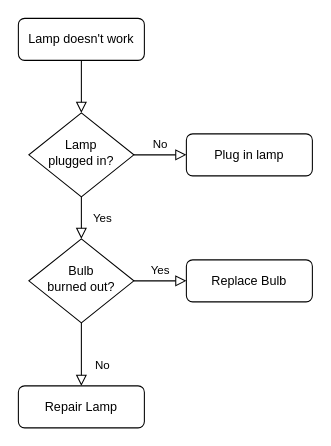
Above: 未命名绘图.drawio in huiiiuh/drawio (draw.io), before the change. Source tidied: cells renumbered, new cells numbered last; positions are measured from the earlier drawing's top-left corner, leaving out a move shared by most shapes. Both pictures are drawn from the tidied source at 105%, with x=0, y=0 at pixel (18, 18).
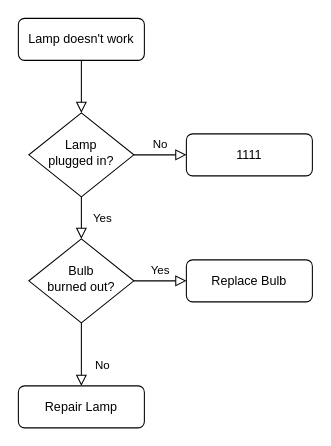
The same page after the edit.

The edit, as a diff of the source:
```diff
@@
 <mxGraphModel>
   <root>
     <mxCell id="0" />
     <mxCell id="1" parent="0" />
     <mxCell id="2" style="rounded=0;html=1;jettySize=auto;fontSize=11;endArrow=block;endFill=0;endSize=8;strokeWidth=1;shadow=0;labelBackgroundColor=none;edgeStyle=orthogonalEdgeStyle;" parent="1" edge="1" source="3" target="6">
       <mxGeometry relative="1" as="geometry" />
     </mxCell>
     <mxCell id="3" value="Lamp doesn't work" style="rounded=1;whiteSpace=wrap;html=1;fontSize=12;glass=0;strokeWidth=1;shadow=0;" parent="1" vertex="1">
       <mxGeometry width="120" height="40" as="geometry" />
     </mxCell>
     <mxCell id="4" value="Yes" style="rounded=0;html=1;jettySize=auto;fontSize=11;endArrow=block;endFill=0;endSize=8;strokeWidth=1;shadow=0;labelBackgroundColor=none;edgeStyle=orthogonalEdgeStyle;" parent="1" edge="1" source="6" target="10">
       <mxGeometry y="20" relative="1" as="geometry" />
     </mxCell>
     <mxCell id="5" value="No" style="edgeStyle=orthogonalEdgeStyle;rounded=0;html=1;jettySize=auto;fontSize=11;endArrow=block;endFill=0;endSize=8;strokeWidth=1;shadow=0;labelBackgroundColor=none;" parent="1" edge="1" source="6" target="7">
       <mxGeometry y="10" relative="1" as="geometry" />
     </mxCell>
     <mxCell id="6" value="Lamp&lt;br&gt;plugged in?" style="rhombus;whiteSpace=wrap;html=1;shadow=0;fontFamily=Helvetica;fontSize=12;align=center;strokeWidth=1;spacing=6;spacingTop=-4;" parent="1" vertex="1">
       <mxGeometry x="10" y="90" width="100" height="80" as="geometry" />
     </mxCell>
-    <mxCell id="7" value="Plug in lamp" style="rounded=1;whiteSpace=wrap;html=1;fontSize=12;glass=0;strokeWidth=1;shadow=0;" parent="1" vertex="1">
+    <mxCell id="7" value="1111" style="rounded=1;whiteSpace=wrap;html=1;fontSize=12;glass=0;strokeWidth=1;shadow=0;" parent="1" vertex="1">
       <mxGeometry x="160" y="110" width="120" height="40" as="geometry" />
     </mxCell>
     <mxCell id="8" value="No" style="rounded=0;html=1;jettySize=auto;fontSize=11;endArrow=block;endFill=0;endSize=8;strokeWidth=1;shadow=0;labelBackgroundColor=none;edgeStyle=orthogonalEdgeStyle;" parent="1" edge="1" source="10" target="11">
       <mxGeometry x="0.33" y="20" relative="1" as="geometry" />
     </mxCell>
     <mxCell id="9" value="Yes" style="edgeStyle=orthogonalEdgeStyle;rounded=0;html=1;jettySize=auto;fontSize=11;endArrow=block;endFill=0;endSize=8;strokeWidth=1;shadow=0;labelBackgroundColor=none;" parent="1" edge="1" source="10" target="12">
       <mxGeometry y="10" relative="1" as="geometry" />
     </mxCell>
     <mxCell id="10" value="Bulb&lt;br&gt;burned out?" style="rhombus;whiteSpace=wrap;html=1;shadow=0;fontFamily=Helvetica;fontSize=12;align=center;strokeWidth=1;spacing=6;spacingTop=-4;" parent="1" vertex="1">
       <mxGeometry x="10" y="210" width="100" height="80" as="geometry" />
     </mxCell>
     <mxCell id="11" value="Repair Lamp" style="rounded=1;whiteSpace=wrap;html=1;fontSize=12;glass=0;strokeWidth=1;shadow=0;" parent="1" vertex="1">
       <mxGeometry y="350" width="120" height="40" as="geometry" />
     </mxCell>
     <mxCell id="12" value="Replace Bulb" style="rounded=1;whiteSpace=wrap;html=1;fontSize=12;glass=0;strokeWidth=1;shadow=0;" parent="1" vertex="1">
       <mxGeometry x="160" y="230" width="120" height="40" as="geometry" />
     </mxCell>
   </root>
 </mxGraphModel>
```
